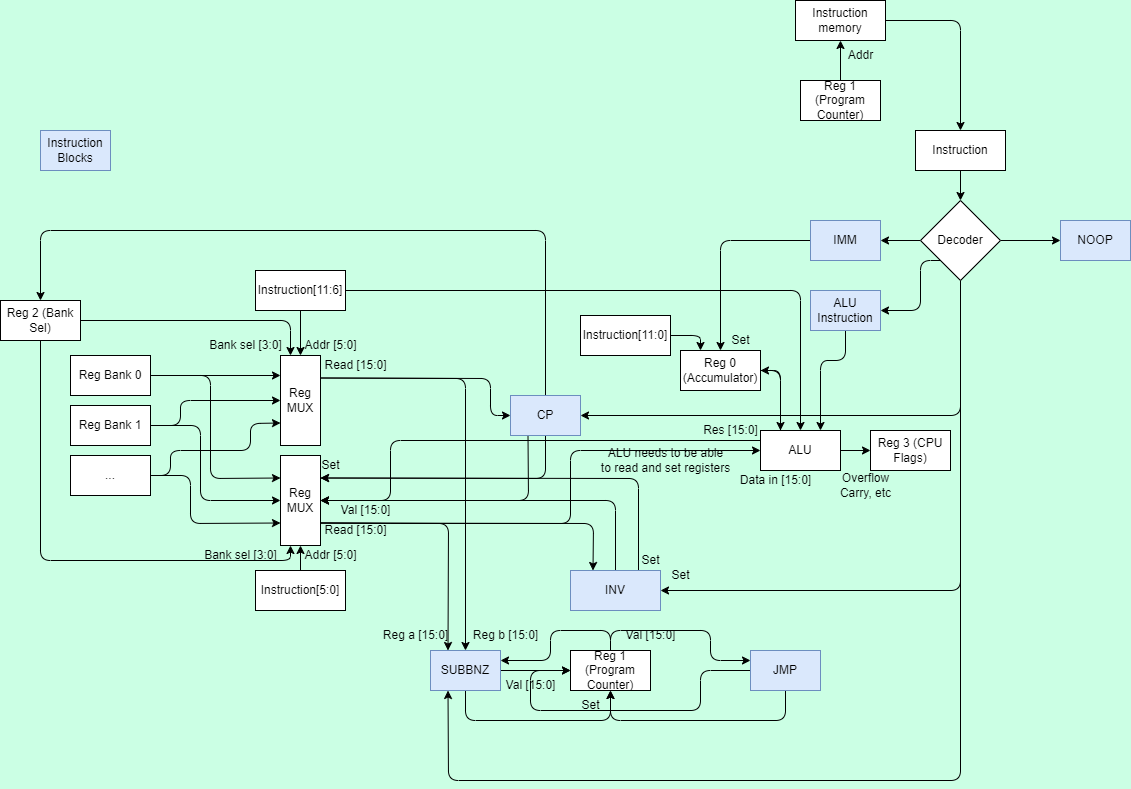
Above: architecture.drawio.png in coding-beagle/TeagueProcessingUnit (draw.io), before the change. Source tidied: cells renumbered, new cells last; positions are measured from the earlier drawing's top-left corner, leaving out a move shared by most shapes.
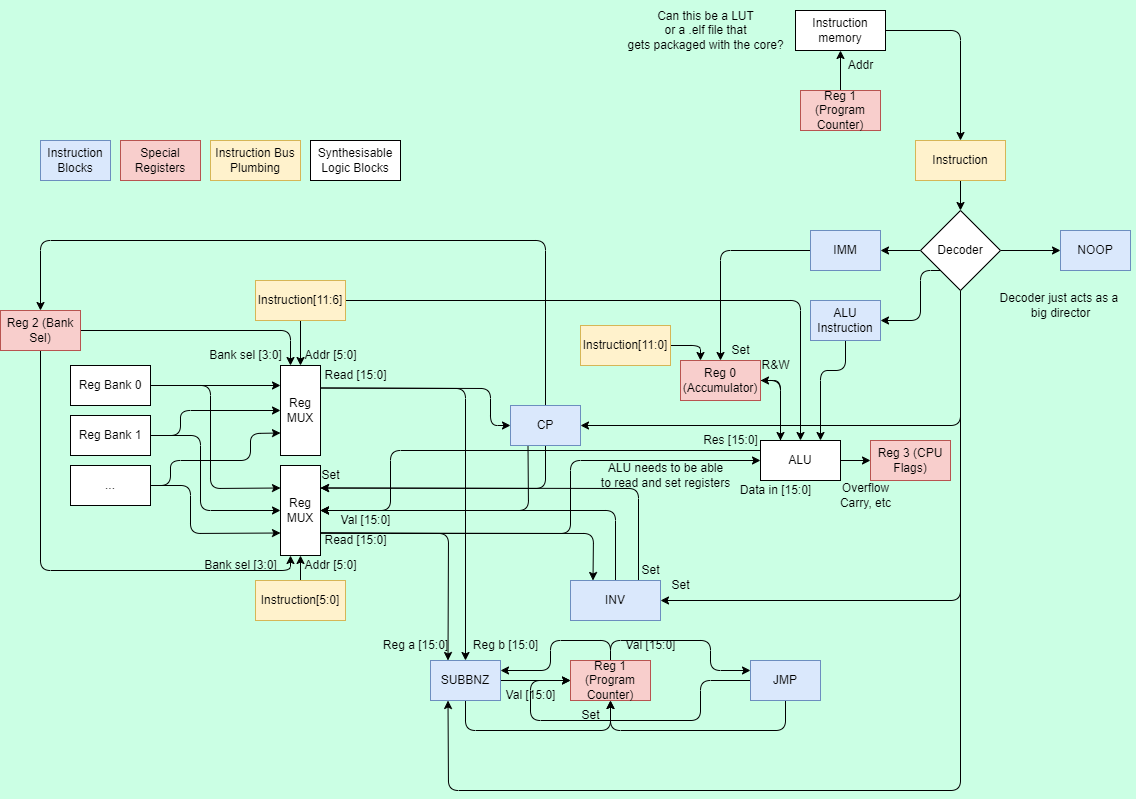
After the commit.

Commit message:
update architecture with key

What changed in the source:
```diff
@@ -133,13 +133,13 @@
         </Array>
       </mxGeometry>
     </mxCell>
-    <mxCell id="24" value="Instruction[11:6]" style="whiteSpace=wrap;html=1;" parent="1" vertex="1">
+    <mxCell id="24" value="Instruction[11:6]" style="whiteSpace=wrap;html=1;fillColor=#fff2cc;strokeColor=#d6b656;" parent="1" vertex="1">
       <mxGeometry x="255" y="270" width="90" height="40" as="geometry" />
     </mxCell>
     <mxCell id="25" style="edgeStyle=none;html=1;exitX=0.5;exitY=0;exitDx=0;exitDy=0;entryX=0.5;entryY=1;entryDx=0;entryDy=0;" parent="1" edge="1" source="26" target="20">
       <mxGeometry relative="1" as="geometry" />
     </mxCell>
-    <mxCell id="26" value="Instruction[5:0]" style="whiteSpace=wrap;html=1;" parent="1" vertex="1">
+    <mxCell id="26" value="Instruction[5:0]" style="whiteSpace=wrap;html=1;fillColor=#fff2cc;strokeColor=#d6b656;" parent="1" vertex="1">
       <mxGeometry x="255" y="570" width="90" height="40" as="geometry" />
     </mxCell>
     <mxCell id="27" style="edgeStyle=none;html=1;exitX=1;exitY=0.5;exitDx=0;exitDy=0;entryX=0.25;entryY=0;entryDx=0;entryDy=0;" parent="1" edge="1" source="28" target="5">
@@ -149,7 +149,7 @@
         </Array>
       </mxGeometry>
     </mxCell>
-    <mxCell id="28" value="Reg 0 (Accumulator)" style="whiteSpace=wrap;html=1;" parent="1" vertex="1">
+    <mxCell id="28" value="Reg 0 (Accumulator)" style="whiteSpace=wrap;html=1;fillColor=#f8cecc;strokeColor=#b85450;" parent="1" vertex="1">
       <mxGeometry x="680" y="350" width="80" height="40" as="geometry" />
     </mxCell>
     <mxCell id="29" style="edgeStyle=none;html=1;exitX=0;exitY=0.5;exitDx=0;exitDy=0;entryX=1;entryY=0.5;entryDx=0;entryDy=0;" parent="1" edge="1" source="35" target="39">
@@ -194,7 +194,7 @@
     <mxCell id="36" style="edgeStyle=none;html=1;exitX=0.5;exitY=1;exitDx=0;exitDy=0;entryX=0.5;entryY=0;entryDx=0;entryDy=0;" parent="1" edge="1" source="37" target="35">
       <mxGeometry relative="1" as="geometry" />
     </mxCell>
-    <mxCell id="37" value="Instruction" style="whiteSpace=wrap;html=1;" parent="1" vertex="1">
+    <mxCell id="37" value="Instruction" style="whiteSpace=wrap;html=1;fillColor=#fff2cc;strokeColor=#d6b656;" parent="1" vertex="1">
       <mxGeometry x="915" y="130" width="90" height="40" as="geometry" />
     </mxCell>
     <mxCell id="38" style="edgeStyle=none;html=1;exitX=0;exitY=0.5;exitDx=0;exitDy=0;entryX=0.5;entryY=0;entryDx=0;entryDy=0;" parent="1" edge="1" source="39" target="28">
@@ -217,11 +217,11 @@
         </Array>
       </mxGeometry>
     </mxCell>
-    <mxCell id="42" value="Instruction[11:0]" style="whiteSpace=wrap;html=1;" parent="1" vertex="1">
+    <mxCell id="42" value="Instruction[11:0]" style="whiteSpace=wrap;html=1;fillColor=#fff2cc;strokeColor=#d6b656;" parent="1" vertex="1">
       <mxGeometry x="580" y="315" width="90" height="40" as="geometry" />
     </mxCell>
     <mxCell id="43" value="ALU needs to be able&lt;br&gt;to read and set registers" style="text;html=1;align=center;verticalAlign=middle;strokeColor=none;fillColor=none;" parent="1" vertex="1">
-      <mxGeometry x="590" y="440" width="150" height="40" as="geometry" />
+      <mxGeometry x="590" y="445" width="150" height="40" as="geometry" />
     </mxCell>
     <mxCell id="44" style="edgeStyle=none;html=1;exitX=0.25;exitY=1;exitDx=0;exitDy=0;entryX=1;entryY=0.5;entryDx=0;entryDy=0;" parent="1" edge="1" source="47" target="20">
       <mxGeometry relative="1" as="geometry">
@@ -259,7 +259,7 @@
     <mxCell id="49" value="ALU Instruction" style="whiteSpace=wrap;html=1;fillColor=#dae8fc;strokeColor=#6c8ebf;" parent="1" vertex="1">
       <mxGeometry x="810" y="290" width="70" height="40" as="geometry" />
     </mxCell>
-    <mxCell id="50" value="Reg 3 (CPU Flags)" style="whiteSpace=wrap;html=1;" parent="1" vertex="1">
+    <mxCell id="50" value="Reg 3 (CPU Flags)" style="whiteSpace=wrap;html=1;fillColor=#f8cecc;strokeColor=#b85450;" parent="1" vertex="1">
       <mxGeometry x="870" y="430" width="80" height="40" as="geometry" />
     </mxCell>
     <mxCell id="51" style="edgeStyle=none;html=1;exitX=1;exitY=0.5;exitDx=0;exitDy=0;entryX=0.25;entryY=0;entryDx=0;entryDy=0;" parent="1" edge="1" source="53" target="8">
@@ -277,7 +277,7 @@
         </Array>
       </mxGeometry>
     </mxCell>
-    <mxCell id="53" value="Reg 2 (Bank Sel)" style="whiteSpace=wrap;html=1;" parent="1" vertex="1">
+    <mxCell id="53" value="Reg 2 (Bank Sel)" style="whiteSpace=wrap;html=1;fillColor=#f8cecc;strokeColor=#b85450;" parent="1" vertex="1">
       <mxGeometry y="300" width="80" height="40" as="geometry" />
     </mxCell>
     <mxCell id="54" style="edgeStyle=none;html=1;entryX=1;entryY=0.25;entryDx=0;entryDy=0;" parent="1" edge="1" target="20">
@@ -383,7 +383,7 @@
         </Array>
       </mxGeometry>
     </mxCell>
-    <mxCell id="79" value="Reg 1 (Program Counter)" style="whiteSpace=wrap;html=1;" parent="1" vertex="1">
+    <mxCell id="79" value="Reg 1 (Program Counter)" style="whiteSpace=wrap;html=1;fillColor=#f8cecc;strokeColor=#b85450;" parent="1" vertex="1">
       <mxGeometry x="570" y="650" width="80" height="40" as="geometry" />
     </mxCell>
     <mxCell id="80" value="Val [15:0]" style="text;html=1;align=center;verticalAlign=middle;strokeColor=none;fillColor=none;" parent="1" vertex="1">
@@ -419,7 +419,7 @@
     <mxCell id="86" style="edgeStyle=none;html=1;exitX=0.5;exitY=0;exitDx=0;exitDy=0;entryX=0.5;entryY=1;entryDx=0;entryDy=0;" parent="1" edge="1" source="87" target="89">
       <mxGeometry relative="1" as="geometry" />
     </mxCell>
-    <mxCell id="87" value="Reg 1 (Program Counter)" style="whiteSpace=wrap;html=1;" parent="1" vertex="1">
+    <mxCell id="87" value="Reg 1 (Program Counter)" style="whiteSpace=wrap;html=1;fillColor=#f8cecc;strokeColor=#b85450;" parent="1" vertex="1">
       <mxGeometry x="800" y="80" width="80" height="40" as="geometry" />
     </mxCell>
     <mxCell id="88" style="edgeStyle=none;html=1;exitX=1;exitY=0.5;exitDx=0;exitDy=0;entryX=0.5;entryY=0;entryDx=0;entryDy=0;" parent="1" edge="1" source="89" target="37">
@@ -438,5 +438,23 @@
     <mxCell id="91" value="NOOP" style="whiteSpace=wrap;html=1;fillColor=#dae8fc;strokeColor=#6c8ebf;" parent="1" vertex="1">
       <mxGeometry x="1060" y="220" width="70" height="40" as="geometry" />
     </mxCell>
+    <mxCell id="92" value="Special Registers" style="whiteSpace=wrap;html=1;fillColor=#f8cecc;strokeColor=#b85450;" parent="1" vertex="1">
+      <mxGeometry x="120" y="130" width="80" height="40" as="geometry" />
+    </mxCell>
+    <mxCell id="93" value="Instruction Bus Plumbing" style="whiteSpace=wrap;html=1;fillColor=#fff2cc;strokeColor=#d6b656;" parent="1" vertex="1">
+      <mxGeometry x="210" y="130" width="90" height="40" as="geometry" />
+    </mxCell>
+    <mxCell id="94" value="Synthesisable Logic Blocks" style="whiteSpace=wrap;html=1;" parent="1" vertex="1">
+      <mxGeometry x="310" y="130" width="90" height="40" as="geometry" />
+    </mxCell>
+    <mxCell id="95" value="Can this be a LUT&lt;br&gt;or a .elf file that&lt;br&gt;gets packaged with the core?" style="text;html=1;align=center;verticalAlign=middle;strokeColor=none;fillColor=none;" parent="1" vertex="1">
+      <mxGeometry x="615" y="-10" width="180" height="60" as="geometry" />
+    </mxCell>
+    <mxCell id="96" value="Decoder just acts as a&amp;nbsp;&lt;br&gt;big director" style="text;html=1;align=center;verticalAlign=middle;strokeColor=none;fillColor=none;" parent="1" vertex="1">
+      <mxGeometry x="985" y="275" width="150" height="40" as="geometry" />
+    </mxCell>
+    <mxCell id="97" value="R&amp;amp;W" style="text;html=1;align=center;verticalAlign=middle;strokeColor=none;fillColor=none;" parent="1" vertex="1">
+      <mxGeometry x="750" y="340" width="50" height="30" as="geometry" />
+    </mxCell>
   </root>
 </mxGraphModel>
```
